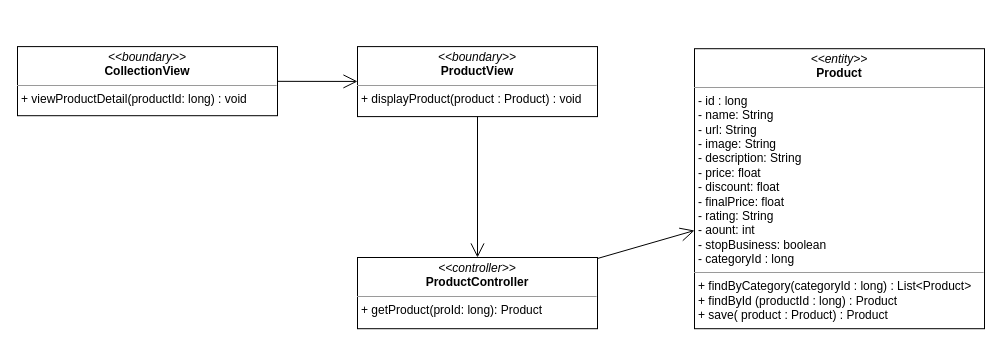
Above: class diagram/get-productDetail-class-diagram.drawio in nguyenphamvan/datn_20202 (draw.io), before the change. Source tidied: cells renumbered, new cells numbered last; positions are measured from the earlier drawing's top-left corner, leaving out a move shared by most shapes. Both pictures are drawn from the tidied source at 100%, with x=0, y=0 at pixel (17, 46).
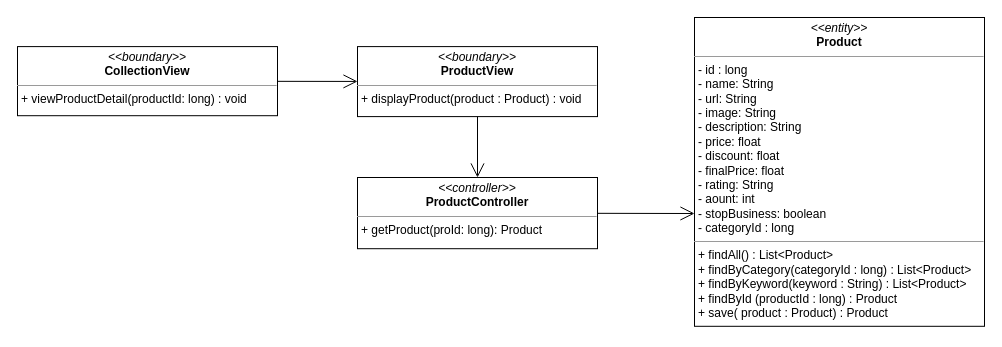
The same page after the edit.

Diff of the diagram source:
```diff
@@
 <mxGraphModel>
   <root>
     <mxCell id="0" />
     <mxCell id="1" parent="0" />
     <mxCell id="2" value="&lt;p style=&quot;margin: 0px ; margin-top: 4px ; text-align: center&quot;&gt;&lt;i&gt;&amp;lt;&amp;lt;boundary&amp;gt;&amp;gt;&lt;/i&gt;&lt;br&gt;&lt;b&gt;ProductView&lt;/b&gt;&lt;/p&gt;&lt;hr size=&quot;1&quot;&gt;&lt;p style=&quot;margin: 0px ; margin-left: 4px&quot;&gt;&lt;span&gt;+ displayProduct(product : Product) : void&lt;/span&gt;&lt;/p&gt;" style="verticalAlign=top;align=left;overflow=fill;fontSize=12;fontFamily=Helvetica;html=1;" parent="1" vertex="1">
       <mxGeometry x="340" y="0.1" width="240" height="70" as="geometry" />
     </mxCell>
     <mxCell id="3" value="&lt;p style=&quot;margin: 0px ; margin-top: 4px ; text-align: center&quot;&gt;&lt;i&gt;&amp;lt;&amp;lt;controller&amp;gt;&amp;gt;&lt;/i&gt;&lt;br&gt;&lt;b&gt;ProductController&lt;/b&gt;&lt;/p&gt;&lt;hr size=&quot;1&quot;&gt;&lt;p style=&quot;margin: 0px ; margin-left: 4px&quot;&gt;+ getProduct(proId: long): Product&lt;br&gt;&lt;/p&gt;" style="verticalAlign=top;align=left;overflow=fill;fontSize=12;fontFamily=Helvetica;html=1;" parent="1" vertex="1">
-      <mxGeometry x="340" y="211" width="240" height="71.2" as="geometry" />
+      <mxGeometry x="340" y="131" width="240" height="71.2" as="geometry" />
     </mxCell>
-    <mxCell id="4" value="&lt;p style=&quot;margin: 0px ; margin-top: 4px ; text-align: center&quot;&gt;&lt;i&gt;&amp;lt;&amp;lt;entity&amp;gt;&amp;gt;&lt;/i&gt;&lt;br&gt;&lt;b&gt;Product&lt;/b&gt;&lt;/p&gt;&lt;hr size=&quot;1&quot;&gt;&lt;p style=&quot;margin: 0px ; margin-left: 4px&quot;&gt;- id : long&lt;/p&gt;&lt;p style=&quot;margin: 0px ; margin-left: 4px&quot;&gt;- name: String&lt;br&gt;- url: String&lt;/p&gt;&lt;p style=&quot;margin: 0px ; margin-left: 4px&quot;&gt;- image: String&lt;/p&gt;&lt;p style=&quot;margin: 0px ; margin-left: 4px&quot;&gt;- description: String&lt;/p&gt;&lt;p style=&quot;margin: 0px ; margin-left: 4px&quot;&gt;- price: float&lt;/p&gt;&lt;p style=&quot;margin: 0px ; margin-left: 4px&quot;&gt;- discount: float&lt;/p&gt;&lt;p style=&quot;margin: 0px ; margin-left: 4px&quot;&gt;- finalPrice: float&lt;/p&gt;&lt;p style=&quot;margin: 0px ; margin-left: 4px&quot;&gt;- rating: String&lt;/p&gt;&lt;p style=&quot;margin: 0px ; margin-left: 4px&quot;&gt;- aount: int&lt;/p&gt;&lt;p style=&quot;margin: 0px ; margin-left: 4px&quot;&gt;- stopBusiness: boolean&lt;/p&gt;&lt;p style=&quot;margin: 0px ; margin-left: 4px&quot;&gt;- categoryId : long&lt;/p&gt;&lt;hr size=&quot;1&quot;&gt;&lt;p style=&quot;margin: 0px 0px 0px 4px&quot;&gt;+ findByCategory(categoryId : long) : List&amp;lt;Product&amp;gt;&lt;/p&gt;&lt;p style=&quot;margin: 0px 0px 0px 4px&quot;&gt;+ findById (productId : long) : Product&lt;/p&gt;&lt;p style=&quot;margin: 0px 0px 0px 4px&quot;&gt;+ save( product : Product) : Product&lt;/p&gt;" style="verticalAlign=top;align=left;overflow=fill;fontSize=12;fontFamily=Helvetica;html=1;" parent="1" vertex="1">
-      <mxGeometry x="677" y="2.2" width="290" height="280" as="geometry" />
+    <mxCell id="4" value="&lt;p style=&quot;margin: 0px ; margin-top: 4px ; text-align: center&quot;&gt;&lt;i&gt;&amp;lt;&amp;lt;entity&amp;gt;&amp;gt;&lt;/i&gt;&lt;br&gt;&lt;b&gt;Product&lt;/b&gt;&lt;/p&gt;&lt;hr size=&quot;1&quot;&gt;&lt;p style=&quot;margin: 0px ; margin-left: 4px&quot;&gt;- id : long&lt;/p&gt;&lt;p style=&quot;margin: 0px ; margin-left: 4px&quot;&gt;- name: String&lt;br&gt;- url: String&lt;/p&gt;&lt;p style=&quot;margin: 0px ; margin-left: 4px&quot;&gt;- image: String&lt;/p&gt;&lt;p style=&quot;margin: 0px ; margin-left: 4px&quot;&gt;- description: String&lt;/p&gt;&lt;p style=&quot;margin: 0px ; margin-left: 4px&quot;&gt;- price: float&lt;/p&gt;&lt;p style=&quot;margin: 0px ; margin-left: 4px&quot;&gt;- discount: float&lt;/p&gt;&lt;p style=&quot;margin: 0px ; margin-left: 4px&quot;&gt;- finalPrice: float&lt;/p&gt;&lt;p style=&quot;margin: 0px ; margin-left: 4px&quot;&gt;- rating: String&lt;/p&gt;&lt;p style=&quot;margin: 0px ; margin-left: 4px&quot;&gt;- aount: int&lt;/p&gt;&lt;p style=&quot;margin: 0px ; margin-left: 4px&quot;&gt;- stopBusiness: boolean&lt;/p&gt;&lt;p style=&quot;margin: 0px ; margin-left: 4px&quot;&gt;- categoryId : long&lt;/p&gt;&lt;hr size=&quot;1&quot;&gt;&lt;p style=&quot;margin: 0px 0px 0px 4px&quot;&gt;+ findAll() : List&amp;lt;Product&amp;gt;&lt;/p&gt;&lt;p style=&quot;margin: 0px 0px 0px 4px&quot;&gt;+ findByCategory(categoryId : long) : List&amp;lt;Product&amp;gt;&lt;/p&gt;&lt;p style=&quot;margin: 0px 0px 0px 4px&quot;&gt;+ findByKeyword(keyword : String) : List&amp;lt;Product&amp;gt;&lt;/p&gt;&lt;p style=&quot;margin: 0px 0px 0px 4px&quot;&gt;+ findById (productId : long) : Product&lt;/p&gt;&lt;p style=&quot;margin: 0px 0px 0px 4px&quot;&gt;+ save( product : Product) : Product&lt;/p&gt;" style="verticalAlign=top;align=left;overflow=fill;fontSize=12;fontFamily=Helvetica;html=1;" parent="1" vertex="1">
+      <mxGeometry x="677" y="-29" width="290" height="308.8" as="geometry" />
     </mxCell>
-    <mxCell id="5" style="endArrow=open;endFill=1;endSize=12;html=1;" parent="1" edge="1" source="3" target="4">
-      <mxGeometry relative="1" as="geometry" />
+    <mxCell id="5" style="endArrow=open;endFill=1;endSize=12;html=1;" parent="1" edge="1" source="3">
+      <mxGeometry relative="1" as="geometry">
+        <mxPoint x="677" y="167" as="targetPoint" />
+      </mxGeometry>
     </mxCell>
     <mxCell id="6" value="&lt;p style=&quot;margin: 0px ; margin-top: 4px ; text-align: center&quot;&gt;&lt;i&gt;&amp;lt;&amp;lt;boundary&amp;gt;&amp;gt;&lt;/i&gt;&lt;br&gt;&lt;b&gt;CollectionView&lt;/b&gt;&lt;/p&gt;&lt;hr size=&quot;1&quot;&gt;&lt;p style=&quot;margin: 0px ; margin-left: 4px&quot;&gt;&lt;span&gt;+ viewProductDetail(productId: long) : void&lt;/span&gt;&lt;/p&gt;" style="verticalAlign=top;align=left;overflow=fill;fontSize=12;fontFamily=Helvetica;html=1;" parent="1" vertex="1">
       <mxGeometry y="0.1" width="260" height="69.1" as="geometry" />
     </mxCell>
     <mxCell id="7" style="endArrow=open;endFill=1;endSize=12;html=1;" parent="1" edge="1" source="6" target="2">
       <mxGeometry relative="1" as="geometry" />
     </mxCell>
     <mxCell id="8" style="endArrow=open;endFill=1;endSize=12;html=1;" parent="1" edge="1" source="2" target="3">
       <mxGeometry relative="1" as="geometry" />
     </mxCell>
   </root>
 </mxGraphModel>
```
